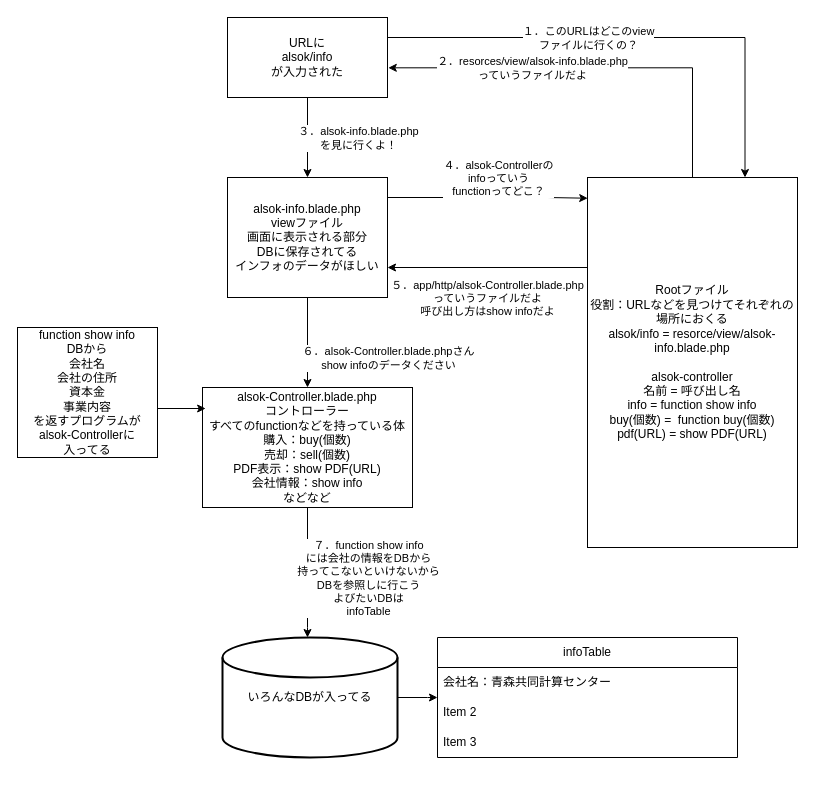
y-asahara/FirstRepository keeps this draw.io diagram as 名称未設定ファイル.drawio. Above is the earlier version. Source tidied: cells renumbered, new cells numbered last; positions are measured from the earlier drawing's top-left corner, leaving out a move shared by most shapes. Both pictures are drawn from the tidied source at 100%, with x=0, y=0 at pixel (17, 17).
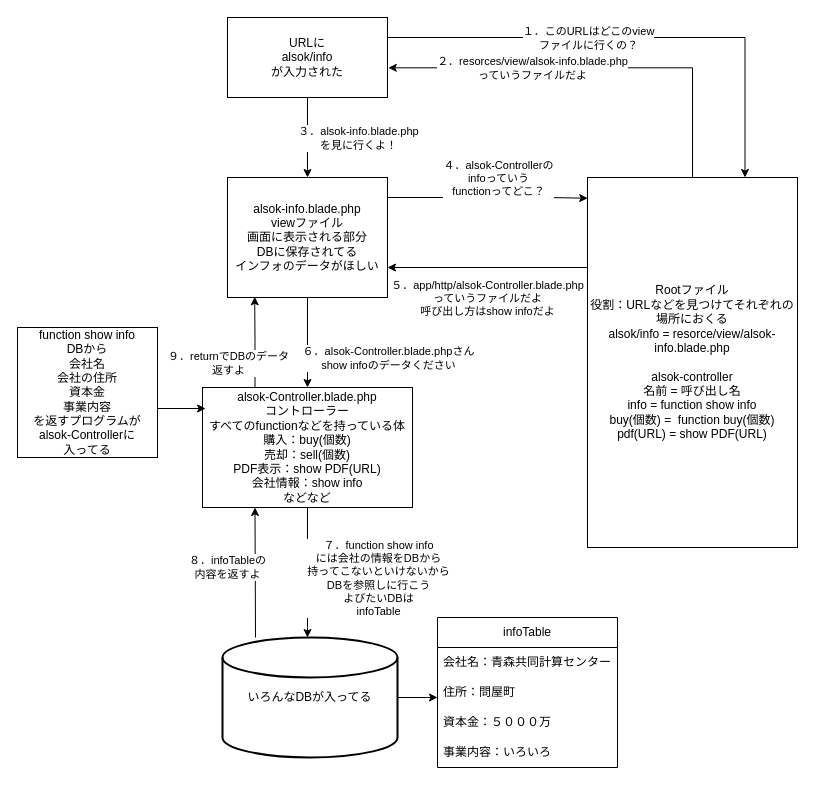
After the change.

Commit message (it also covers changes not shown here):
名称未設定ファイル.drawio を更新します

Unchanged cells that the change refers to:
```xml
<mxCell id="9" value="&lt;div&gt;alsok-info.blade.php&lt;/div&gt;viewファイル&lt;div&gt;画面に表示される部分&lt;/div&gt;&lt;div&gt;DBに保存されてる&lt;/div&gt;&lt;div&gt;インフォのデータがほしい&lt;/div&gt;" style="rounded=0;whiteSpace=wrap;html=1;" parent="1" vertex="1">
  <mxGeometry x="210" y="160" width="160" height="120" as="geometry" />
</mxCell>
<mxCell id="17" style="edgeStyle=orthogonalEdgeStyle;rounded=0;jettySize=auto;html=1;" parent="1" edge="1" source="19">
  <mxGeometry relative="1" as="geometry">
    <mxPoint x="290" y="620" as="targetPoint" />
    <Array as="points">
      <mxPoint x="290" y="610" />
    </Array>
  </mxGeometry>
</mxCell>
<mxCell id="19" value="&lt;div&gt;alsok-Controller.blade.php&lt;/div&gt;コントローラー&lt;div&gt;すべてのfunctionなどを持っている体&lt;/div&gt;&lt;div&gt;購入：buy(個数)&lt;/div&gt;&lt;div&gt;売却：sell(個数)&lt;/div&gt;&lt;div&gt;PDF表示：show PDF(URL)&lt;/div&gt;&lt;div&gt;会社情報：show info&lt;/div&gt;&lt;div&gt;などなど&lt;/div&gt;" style="rounded=0;whiteSpace=wrap;html=1;" parent="1" vertex="1">
  <mxGeometry x="185" y="370" width="210" height="120" as="geometry" />
</mxCell>
```

Diff of the diagram source:
```diff
@@
     <mxCell id="18" value="７．function show info&lt;div&gt;には会社の情報をDBから&lt;/div&gt;&lt;div&gt;持ってこないといけないから&lt;/div&gt;&lt;div&gt;DBを参照しに行こう&lt;/div&gt;&lt;div&gt;よびたいDBは&lt;/div&gt;&lt;div&gt;infoTable&lt;/div&gt;" style="edgeLabel;html=1;align=center;verticalAlign=middle;" parent="17" vertex="1">
       <mxGeometry x="-0.74" relative="1" as="geometry">
-        <mxPoint x="60" y="53" as="offset" />
+        <mxPoint x="70" y="53" as="offset" />
       </mxGeometry>
     </mxCell>
@@
     <mxCell id="24" value="infoTable" style="swimlane;fontStyle=0;horizontal=1;startSize=30;whiteSpace=wrap;html=1;" parent="1" vertex="1">
-      <mxGeometry x="420" y="620" width="300" height="120" as="geometry" />
+      <mxGeometry x="420" y="600" width="180" height="150" as="geometry" />
     </mxCell>
     <mxCell id="25" value="会社名：青森共同計算センター" style="text;strokeColor=none;fillColor=none;align=left;verticalAlign=middle;spacingLeft=4;spacingRight=4;overflow=hidden;whiteSpace=wrap;html=1;" parent="24" vertex="1">
-      <mxGeometry y="30" width="300" height="30" as="geometry" />
+      <mxGeometry y="30" width="180" height="30" as="geometry" />
     </mxCell>
-    <mxCell id="26" value="Item 2" style="text;strokeColor=none;fillColor=none;align=left;verticalAlign=middle;spacingLeft=4;spacingRight=4;overflow=hidden;points=[[0,0.5],[1,0.5]];portConstraint=eastwest;whiteSpace=wrap;html=1;" parent="24" vertex="1">
-      <mxGeometry y="60" width="300" height="30" as="geometry" />
+    <mxCell id="26" value="住所：問屋町" style="text;strokeColor=none;fillColor=none;align=left;verticalAlign=middle;spacingLeft=4;spacingRight=4;overflow=hidden;points=[[0,0.5],[1,0.5]];portConstraint=eastwest;whiteSpace=wrap;html=1;" parent="24" vertex="1">
+      <mxGeometry y="60" width="180" height="30" as="geometry" />
     </mxCell>
-    <mxCell id="27" value="Item 3" style="text;strokeColor=none;fillColor=none;align=left;verticalAlign=middle;spacingLeft=4;spacingRight=4;overflow=hidden;whiteSpace=wrap;html=1;" parent="24" vertex="1">
-      <mxGeometry y="90" width="300" height="30" as="geometry" />
+    <mxCell id="27" value="資本金：５０００万" style="text;strokeColor=none;fillColor=none;align=left;verticalAlign=middle;spacingLeft=4;spacingRight=4;overflow=hidden;whiteSpace=wrap;html=1;" parent="24" vertex="1">
+      <mxGeometry y="90" width="180" height="30" as="geometry" />
     </mxCell>
+    <mxCell id="28" value="事業内容：いろいろ" style="text;strokeColor=none;fillColor=none;align=left;verticalAlign=middle;spacingLeft=4;spacingRight=4;overflow=hidden;whiteSpace=wrap;html=1;" parent="24" vertex="1">
+      <mxGeometry y="120" width="180" height="30" as="geometry" />
+    </mxCell>
+    <mxCell id="29" style="endArrow=classic;html=1;rounded=0;entryX=0.25;entryY=1;entryDx=0;entryDy=0;" parent="1" edge="1" target="19">
+      <mxGeometry relative="1" as="geometry">
+        <mxPoint x="238" y="620" as="sourcePoint" />
+      </mxGeometry>
+    </mxCell>
+    <mxCell id="30" value="８．infoTableの&lt;div&gt;内容を返すよ&lt;/div&gt;" style="edgeLabel;html=1;align=center;verticalAlign=middle;" parent="29" vertex="1">
+      <mxGeometry x="-0.15" y="-1" relative="1" as="geometry">
+        <mxPoint x="-29" y="-15" as="offset" />
+      </mxGeometry>
+    </mxCell>
+    <mxCell id="31" style="edgeStyle=orthogonalEdgeStyle;rounded=0;jettySize=auto;html=1;exitX=0.25;exitY=0;exitDx=0;exitDy=0;entryX=0.17;entryY=0.994;entryDx=0;entryDy=0;entryPerimeter=0;" parent="1" edge="1" source="19" target="9">
+      <mxGeometry relative="1" as="geometry" />
+    </mxCell>
+    <mxCell id="32" value="９．returnでDBのデータ&lt;div&gt;返すよ&lt;/div&gt;" style="edgeLabel;html=1;align=center;verticalAlign=middle;" parent="31" vertex="1">
+      <mxGeometry x="0.23" relative="1" as="geometry">
+        <mxPoint x="-27" y="31" as="offset" />
+      </mxGeometry>
+    </mxCell>
```
